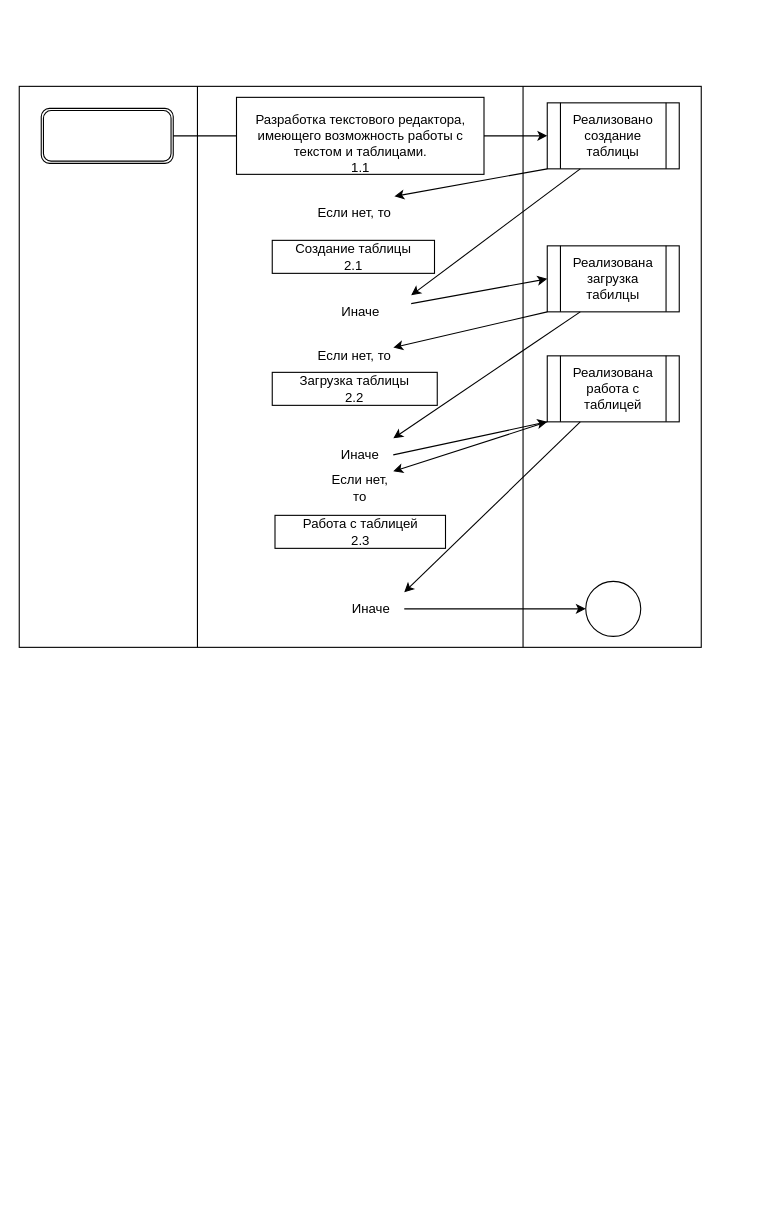
Above: 3.1/temp/1.1.drawio in Goattyie/Labs (draw.io), before the change. Source tidied: cells renumbered, new cells numbered last; positions are measured from the earlier drawing's top-left corner, leaving out a move shared by most shapes. Both pictures are drawn from the tidied source at 110%, with x=0, y=0 at pixel (19, 86).
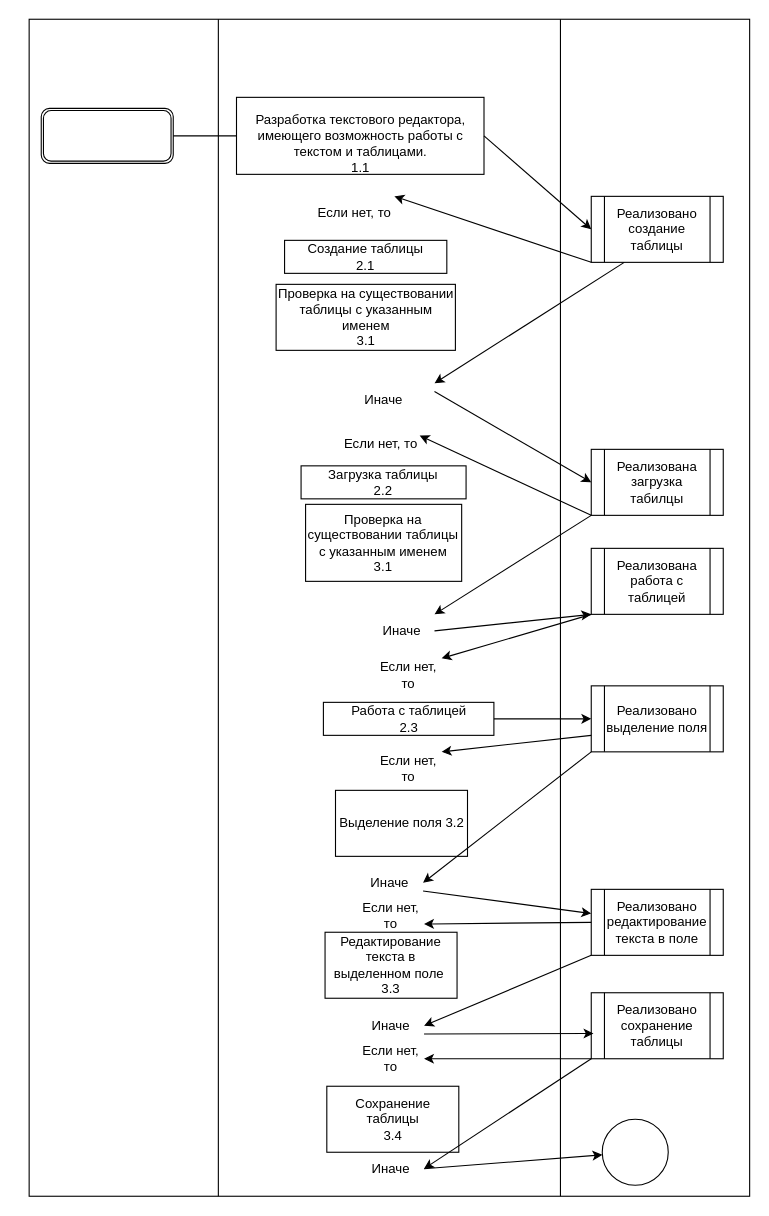
The same page after the edit.

Change to the diagram source:
```diff
@@
     <mxCell id="2" style="shape=process;whiteSpace=wrap;html=1;backgroundOutline=1;size=0.2619047619047619;" parent="1" vertex="1">
-      <mxGeometry width="620" height="510" as="geometry" />
+      <mxGeometry x="9" y="-61" width="655" height="1070" as="geometry" />
     </mxCell>
@@
     <mxCell id="5" value="Реализовано создание таблицы" style="shape=process;whiteSpace=wrap;html=1;backgroundOutline=1;" parent="1" vertex="1">
-      <mxGeometry x="480" y="15" width="120" height="60" as="geometry" />
+      <mxGeometry x="520" y="100" width="120" height="60" as="geometry" />
     </mxCell>
@@
     <mxCell id="7" value="&lt;div&gt;Создание таблицы&lt;/div&gt;&lt;div&gt;2.1&lt;/div&gt;" style="rounded=0;whiteSpace=wrap;html=1;" parent="1" vertex="1">
-      <mxGeometry x="230" y="140" width="147.5" height="30" as="geometry" />
+      <mxGeometry x="241.2" y="140" width="147.5" height="30" as="geometry" />
     </mxCell>
     <mxCell id="8" value="Реализована загрузка табилцы" style="shape=process;whiteSpace=wrap;html=1;backgroundOutline=1;" parent="1" vertex="1">
-      <mxGeometry x="480" y="145" width="120" height="60" as="geometry" />
+      <mxGeometry x="520" y="330" width="120" height="60" as="geometry" />
     </mxCell>
     <mxCell id="9" value="Иначе" style="text;html=1;strokeColor=none;fillColor=none;align=center;verticalAlign=middle;whiteSpace=wrap;rounded=0;" parent="1" vertex="1">
-      <mxGeometry x="263.8" y="190" width="92.5" height="30" as="geometry" />
+      <mxGeometry x="285" y="270" width="92.5" height="30" as="geometry" />
     </mxCell>
@@
     <mxCell id="15" value="Если нет, то" style="text;html=1;strokeColor=none;fillColor=none;align=center;verticalAlign=middle;whiteSpace=wrap;rounded=0;" parent="1" vertex="1">
-      <mxGeometry x="270" y="230" width="70" height="30" as="geometry" />
+      <mxGeometry x="294" y="310" width="70" height="30" as="geometry" />
     </mxCell>
@@
     <mxCell id="17" value="&lt;div&gt;Загрузка таблицы&lt;/div&gt;&lt;div&gt;2.2&lt;br&gt;&lt;/div&gt;" style="rounded=0;whiteSpace=wrap;html=1;" parent="1" vertex="1">
-      <mxGeometry x="230" y="260" width="150" height="30" as="geometry" />
+      <mxGeometry x="256.2" y="345" width="150" height="30" as="geometry" />
     </mxCell>
     <mxCell id="18" value="Иначе" style="text;html=1;strokeColor=none;fillColor=none;align=center;verticalAlign=middle;whiteSpace=wrap;rounded=0;" parent="1" vertex="1">
-      <mxGeometry x="280" y="320" width="60" height="30" as="geometry" />
+      <mxGeometry x="317.5" y="480" width="60" height="30" as="geometry" />
     </mxCell>
-    <mxCell id="19" style="endArrow=classic;html=1;rounded=0;exitX=0.25;exitY=1;exitDx=0;exitDy=0;entryX=1;entryY=0;entryDx=0;entryDy=0;" parent="1" edge="1" source="8" target="18">
+    <mxCell id="19" style="endArrow=classic;html=1;rounded=0;entryX=1;entryY=0;entryDx=0;entryDy=0;startArrow=none;exitX=0;exitY=1;exitDx=0;exitDy=0;" parent="1" edge="1" source="8" target="18">
       <mxGeometry relative="1" as="geometry" />
     </mxCell>
     <mxCell id="20" value="Реализована работа с таблицей" style="shape=process;whiteSpace=wrap;html=1;backgroundOutline=1;" parent="1" vertex="1">
-      <mxGeometry x="480" y="245" width="120" height="60" as="geometry" />
+      <mxGeometry x="520" y="420" width="120" height="60" as="geometry" />
     </mxCell>
@@
     <mxCell id="22" value="Если нет, то" style="text;html=1;strokeColor=none;fillColor=none;align=center;verticalAlign=middle;whiteSpace=wrap;rounded=0;" parent="1" vertex="1">
-      <mxGeometry x="280" y="350" width="60" height="30" as="geometry" />
+      <mxGeometry x="324" y="520" width="60" height="30" as="geometry" />
     </mxCell>
     <mxCell id="23" value="Работа с таблицей&lt;br&gt;2.3" style="rounded=0;whiteSpace=wrap;html=1;" parent="1" vertex="1">
-      <mxGeometry x="232.5" y="390" width="155" height="30" as="geometry" />
+      <mxGeometry x="276.5" y="560" width="155" height="30" as="geometry" />
     </mxCell>
-    <mxCell id="24" value="Иначе" style="text;html=1;strokeColor=none;fillColor=none;align=center;verticalAlign=middle;whiteSpace=wrap;rounded=0;" parent="1" vertex="1">
-      <mxGeometry x="290" y="460" width="60" height="30" as="geometry" />
-    </mxCell>
-    <mxCell id="25" style="ellipse;whiteSpace=wrap;html=1;" parent="1" vertex="1">
-      <mxGeometry x="515" y="450" width="50" height="50" as="geometry" />
-    </mxCell>
@@
-    <mxCell id="27" style="endArrow=classic;html=1;rounded=0;exitX=0.25;exitY=1;exitDx=0;exitDy=0;entryX=1;entryY=0;entryDx=0;entryDy=0;" parent="1" edge="1" source="20" target="24">
-      <mxGeometry relative="1" as="geometry" />
-    </mxCell>
-    <mxCell id="28" style="endArrow=classic;html=1;rounded=0;exitX=1;exitY=0.5;exitDx=0;exitDy=0;entryX=0;entryY=0.5;entryDx=0;entryDy=0;" parent="1" edge="1" source="24" target="25">
-      <mxGeometry relative="1" as="geometry" />
-    </mxCell>
+    <mxCell id="29" value="Проверка на существовании таблицы с указанным именем&lt;br&gt;3.1" style="rounded=0;whiteSpace=wrap;html=1;" parent="1" vertex="1">
+      <mxGeometry x="260.3" y="380" width="141.9" height="70" as="geometry" />
+    </mxCell>
+    <mxCell id="30" value="Проверка на существовании таблицы с указанным именем&lt;br&gt;3.1" style="rounded=0;whiteSpace=wrap;html=1;" parent="1" vertex="1">
+      <mxGeometry x="233.5" y="180" width="163" height="60" as="geometry" />
+    </mxCell>
+    <mxCell id="31" value="Реализовано выделение поля" style="shape=process;whiteSpace=wrap;html=1;backgroundOutline=1;" parent="1" vertex="1">
+      <mxGeometry x="520" y="545" width="120" height="60" as="geometry" />
+    </mxCell>
+    <mxCell id="32" style="endArrow=classic;html=1;rounded=0;exitX=1;exitY=0.5;exitDx=0;exitDy=0;entryX=0;entryY=0.5;entryDx=0;entryDy=0;" parent="1" edge="1" source="23" target="31">
+      <mxGeometry relative="1" as="geometry" />
+    </mxCell>
+    <mxCell id="33" value="Если нет, то" style="text;html=1;strokeColor=none;fillColor=none;align=center;verticalAlign=middle;whiteSpace=wrap;rounded=0;" parent="1" vertex="1">
+      <mxGeometry x="324" y="605" width="60" height="30" as="geometry" />
+    </mxCell>
+    <mxCell id="34" value="Выделение поля 3.2" style="rounded=0;whiteSpace=wrap;html=1;" parent="1" vertex="1">
+      <mxGeometry x="287.5" y="640" width="120" height="60" as="geometry" />
+    </mxCell>
+    <mxCell id="35" value="Иначе" style="text;html=1;strokeColor=none;fillColor=none;align=center;verticalAlign=middle;whiteSpace=wrap;rounded=0;" parent="1" vertex="1">
+      <mxGeometry x="307.1" y="709" width="60" height="30" as="geometry" />
+    </mxCell>
+    <mxCell id="36" value="Реализовано редактирование текста в поле" style="shape=process;whiteSpace=wrap;html=1;backgroundOutline=1;" parent="1" vertex="1">
+      <mxGeometry x="520" y="730" width="120" height="60" as="geometry" />
+    </mxCell>
+    <mxCell id="37" value="Если нет, то" style="text;html=1;strokeColor=none;fillColor=none;align=center;verticalAlign=middle;whiteSpace=wrap;rounded=0;" parent="1" vertex="1">
+      <mxGeometry x="308" y="739" width="60" height="30" as="geometry" />
+    </mxCell>
+    <mxCell id="38" value="Редактирование текста в выделенном поле&amp;nbsp;&lt;br&gt;3.3" style="rounded=0;whiteSpace=wrap;html=1;" parent="1" vertex="1">
+      <mxGeometry x="278" y="769" width="120" height="60" as="geometry" />
+    </mxCell>
+    <mxCell id="39" value="Иначе" style="text;html=1;strokeColor=none;fillColor=none;align=center;verticalAlign=middle;whiteSpace=wrap;rounded=0;" parent="1" vertex="1">
+      <mxGeometry x="308" y="839" width="60" height="30" as="geometry" />
+    </mxCell>
+    <mxCell id="40" value="Реализовано сохранение таблицы" style="shape=process;whiteSpace=wrap;html=1;backgroundOutline=1;" parent="1" vertex="1">
+      <mxGeometry x="520" y="824" width="120" height="60" as="geometry" />
+    </mxCell>
+    <mxCell id="41" value="Если нет, то" style="text;html=1;strokeColor=none;fillColor=none;align=center;verticalAlign=middle;whiteSpace=wrap;rounded=0;" parent="1" vertex="1">
+      <mxGeometry x="308" y="869" width="60" height="30" as="geometry" />
+    </mxCell>
+    <mxCell id="42" value="Сохранение таблицы&lt;br&gt;3.4" style="rounded=0;whiteSpace=wrap;html=1;" parent="1" vertex="1">
+      <mxGeometry x="279.6" y="909" width="120" height="60" as="geometry" />
+    </mxCell>
+    <mxCell id="43" value="Иначе" style="text;html=1;strokeColor=none;fillColor=none;align=center;verticalAlign=middle;whiteSpace=wrap;rounded=0;" parent="1" vertex="1">
+      <mxGeometry x="308" y="969" width="60" height="30" as="geometry" />
+    </mxCell>
+    <mxCell id="44" style="ellipse;whiteSpace=wrap;html=1;" parent="1" vertex="1">
+      <mxGeometry x="530" y="939" width="60" height="60" as="geometry" />
+    </mxCell>
+    <mxCell id="45" style="endArrow=classic;html=1;rounded=0;entryX=1;entryY=0;entryDx=0;entryDy=0;exitX=0;exitY=0.75;exitDx=0;exitDy=0;" parent="1" edge="1" source="31" target="33">
+      <mxGeometry relative="1" as="geometry" />
+    </mxCell>
+    <mxCell id="46" style="endArrow=classic;html=1;rounded=0;exitX=0;exitY=1;exitDx=0;exitDy=0;entryX=1;entryY=0.5;entryDx=0;entryDy=0;" parent="1" edge="1" source="31" target="35">
+      <mxGeometry relative="1" as="geometry" />
+    </mxCell>
+    <mxCell id="47" style="endArrow=classic;html=1;rounded=0;exitX=1;exitY=0.75;exitDx=0;exitDy=0;" parent="1" edge="1" source="35" target="36">
+      <mxGeometry relative="1" as="geometry" />
+    </mxCell>
+    <mxCell id="48" style="endArrow=classic;html=1;rounded=0;entryX=1;entryY=0.75;entryDx=0;entryDy=0;exitX=0;exitY=0.5;exitDx=0;exitDy=0;" parent="1" edge="1" source="36" target="37">
+      <mxGeometry relative="1" as="geometry" />
+    </mxCell>
+    <mxCell id="49" style="endArrow=classic;html=1;rounded=0;entryX=1;entryY=0.5;entryDx=0;entryDy=0;exitX=0;exitY=1;exitDx=0;exitDy=0;" parent="1" edge="1" source="36" target="39">
+      <mxGeometry relative="1" as="geometry" />
+    </mxCell>
+    <mxCell id="50" style="endArrow=classic;html=1;rounded=0;exitX=1;exitY=0.75;exitDx=0;exitDy=0;entryX=0.017;entryY=0.617;entryDx=0;entryDy=0;entryPerimeter=0;" parent="1" edge="1" source="39" target="40">
+      <mxGeometry relative="1" as="geometry" />
+    </mxCell>
+    <mxCell id="51" style="endArrow=classic;html=1;rounded=0;entryX=1;entryY=0.5;entryDx=0;entryDy=0;exitX=0;exitY=1;exitDx=0;exitDy=0;" parent="1" edge="1" source="40" target="41">
+      <mxGeometry relative="1" as="geometry" />
+    </mxCell>
+    <mxCell id="52" style="endArrow=classic;html=1;rounded=0;exitX=1;exitY=0.5;exitDx=0;exitDy=0;" parent="1" edge="1" source="43" target="44">
+      <mxGeometry relative="1" as="geometry" />
+    </mxCell>
+    <mxCell id="53" style="endArrow=classic;html=1;rounded=0;entryX=1;entryY=0.5;entryDx=0;entryDy=0;exitX=0;exitY=1;exitDx=0;exitDy=0;" parent="1" edge="1" source="40" target="43">
+      <mxGeometry relative="1" as="geometry" />
+    </mxCell>
```
